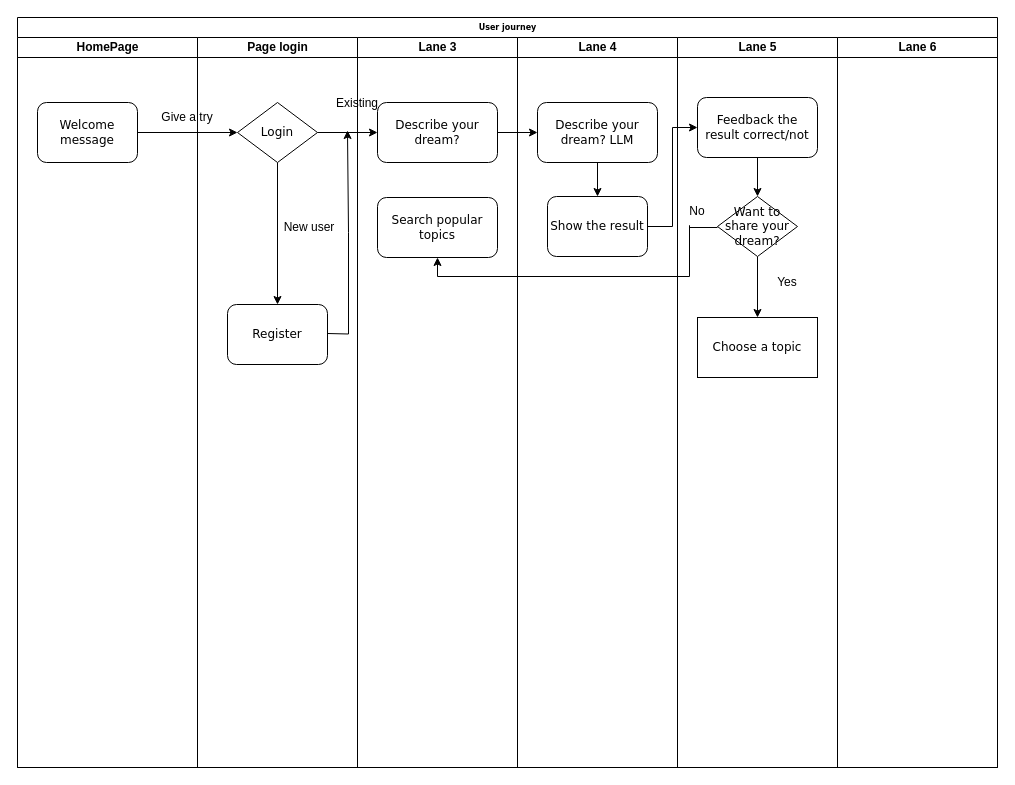
Before: page "web" (1 of 2) of dream.drawio in Ted-L/drawio, a draw.io diagram. Source tidied: cells renumbered, new cells numbered last; positions are measured from the earlier drawing's top-left corner, leaving out a move shared by most shapes. Both pictures are drawn from the tidied source at 100%, with x=0, y=0 at pixel (17, 17).
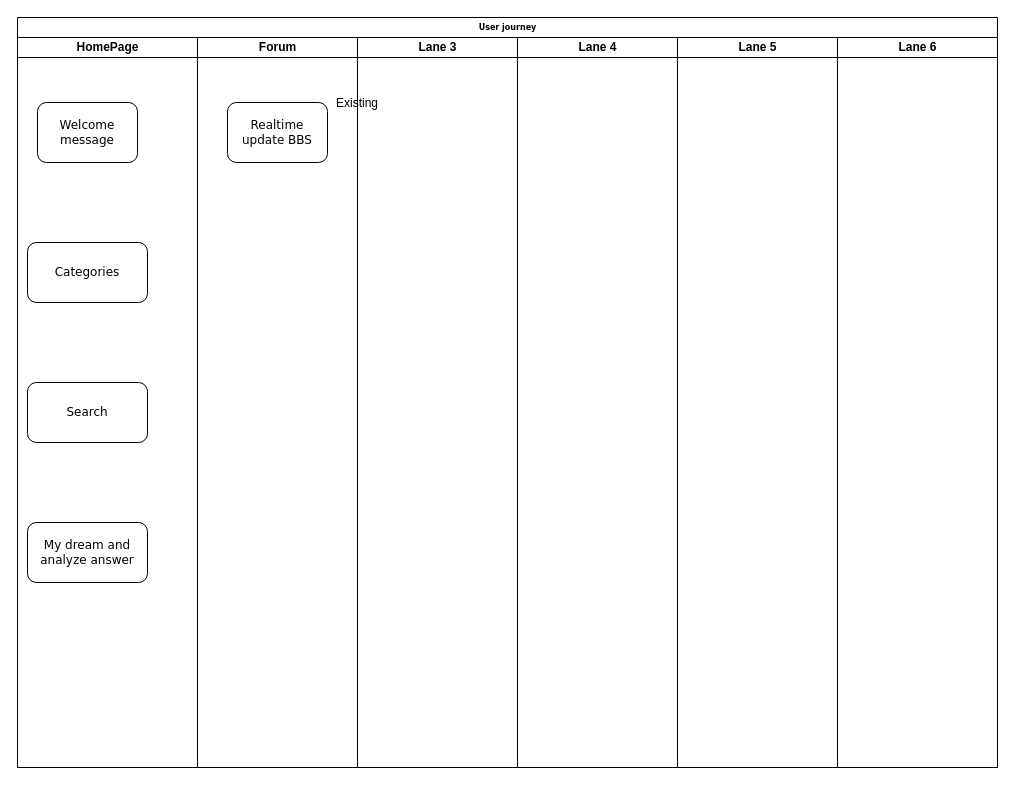
The same page after the edit.

The change refers to these unchanged cells:
```xml
<mxCell id="2" value="User journey" style="swimlane;html=1;startSize=20;rounded=0;shadow=0;labelBackgroundColor=none;strokeWidth=1;fontFamily=Verdana;fontSize=8;align=center;" parent="1" vertex="1">
  <mxGeometry width="980" height="750" as="geometry" />
</mxCell>
<mxCell id="3" value="HomePage" style="swimlane;html=1;startSize=20;" parent="2" vertex="1">
  <mxGeometry y="20" width="180" height="730" as="geometry" />
</mxCell>
<mxCell id="4" value="&lt;font style=&quot;font-size: 12px;&quot;&gt;Welcome message&lt;/font&gt;" style="rounded=1;whiteSpace=wrap;html=1;shadow=0;labelBackgroundColor=none;strokeWidth=1;fontFamily=Verdana;fontSize=8;align=center;" parent="3" vertex="1">
  <mxGeometry x="20" y="65" width="100" height="60" as="geometry" />
</mxCell>
<mxCell id="11" value="Lane 3" style="swimlane;html=1;startSize=20;" parent="2" vertex="1">
  <mxGeometry x="340" y="20" width="160" height="730" as="geometry" />
</mxCell>
<mxCell id="15" value="Lane 4" style="swimlane;html=1;startSize=20;" parent="2" vertex="1">
  <mxGeometry x="500" y="20" width="160" height="730" as="geometry" />
</mxCell>
<mxCell id="19" value="Lane 5" style="swimlane;html=1;startSize=20;" parent="2" vertex="1">
  <mxGeometry x="660" y="20" width="160" height="730" as="geometry" />
</mxCell>
```

Change to the diagram source:
```diff
@@
-    <mxCell id="5" value="Give a try" style="text;strokeColor=none;align=center;fillColor=none;html=1;verticalAlign=middle;whiteSpace=wrap;rounded=0;" parent="3" vertex="1">
-      <mxGeometry x="140" y="65" width="60" height="30" as="geometry" />
-    </mxCell>
+    <mxCell id="34" value="&lt;font style=&quot;font-size: 12px;&quot;&gt;My dream and analyze answer&lt;/font&gt;" style="whiteSpace=wrap;html=1;fontSize=8;fontFamily=Verdana;rounded=1;shadow=0;labelBackgroundColor=none;strokeWidth=1;" parent="3" vertex="1">
+      <mxGeometry x="10" y="485" width="120" height="60" as="geometry" />
+    </mxCell>
-    <mxCell id="6" value="Page login" style="swimlane;html=1;startSize=20;" parent="2" vertex="1">
+    <mxCell id="6" value="Forum" style="swimlane;html=1;startSize=20;" parent="2" vertex="1">
       <mxGeometry x="180" y="20" width="160" height="730" as="geometry" />
     </mxCell>
-    <mxCell id="7" style="edgeStyle=orthogonalEdgeStyle;rounded=0;orthogonalLoop=1;jettySize=auto;html=1;" parent="6" edge="1">
-      <mxGeometry relative="1" as="geometry">
-        <mxPoint x="130" y="296" as="sourcePoint" />
-        <mxPoint x="150" y="93" as="targetPoint" />
-      </mxGeometry>
-    </mxCell>
-    <mxCell id="8" value="&lt;font style=&quot;font-size: 12px;&quot;&gt;Register&lt;/font&gt;" style="rounded=1;whiteSpace=wrap;html=1;shadow=0;labelBackgroundColor=none;strokeWidth=1;fontFamily=Verdana;fontSize=8;align=center;" parent="6" vertex="1">
-      <mxGeometry x="30" y="267" width="100" height="60" as="geometry" />
+    <mxCell id="8" value="&lt;span style=&quot;font-size: 12px;&quot;&gt;Realtime update BBS&lt;/span&gt;" style="rounded=1;whiteSpace=wrap;html=1;shadow=0;labelBackgroundColor=none;strokeWidth=1;fontFamily=Verdana;fontSize=8;align=center;" parent="6" vertex="1">
+      <mxGeometry x="30" y="65" width="100" height="60" as="geometry" />
     </mxCell>
-    <mxCell id="9" style="edgeStyle=orthogonalEdgeStyle;rounded=0;jettySize=auto;html=1;entryX=0.5;entryY=0;entryDx=0;entryDy=0;" parent="6" edge="1" source="10" target="8">
-      <mxGeometry relative="1" as="geometry" />
-    </mxCell>
-    <mxCell id="10" value="&lt;font style=&quot;font-size: 12px;&quot;&gt;Login&lt;/font&gt;" style="rhombus;whiteSpace=wrap;html=1;rounded=0;shadow=0;labelBackgroundColor=none;strokeWidth=1;fontFamily=Verdana;fontSize=8;align=center;" parent="6" vertex="1">
-      <mxGeometry x="40" y="65" width="80" height="60" as="geometry" />
-    </mxCell>
@@
-    <mxCell id="12" value="&lt;font style=&quot;font-size: 12px;&quot;&gt;Describe your dream?&lt;/font&gt;" style="whiteSpace=wrap;html=1;fontSize=8;fontFamily=Verdana;rounded=1;shadow=0;labelBackgroundColor=none;strokeWidth=1;" parent="11" vertex="1">
-      <mxGeometry x="20" y="65" width="120" height="60" as="geometry" />
-    </mxCell>
@@
-    <mxCell id="14" value="&lt;font style=&quot;font-size: 12px;&quot;&gt;Search popular topics&lt;/font&gt;" style="whiteSpace=wrap;html=1;fontSize=8;fontFamily=Verdana;rounded=1;shadow=0;labelBackgroundColor=none;strokeWidth=1;" parent="11" vertex="1">
-      <mxGeometry x="20" y="160" width="120" height="60" as="geometry" />
-    </mxCell>
@@
-    <mxCell id="16" value="&lt;font style=&quot;font-size: 12px;&quot;&gt;Show the result&lt;/font&gt;" style="rounded=1;whiteSpace=wrap;html=1;shadow=0;labelBackgroundColor=none;strokeWidth=1;fontFamily=Verdana;fontSize=8;align=center;" parent="15" vertex="1">
-      <mxGeometry x="30" y="159" width="100" height="60" as="geometry" />
-    </mxCell>
-    <mxCell id="17" style="edgeStyle=orthogonalEdgeStyle;rounded=0;jettySize=auto;html=1;entryX=0.5;entryY=0;entryDx=0;entryDy=0;" parent="15" edge="1" source="18" target="16">
-      <mxGeometry relative="1" as="geometry" />
-    </mxCell>
-    <mxCell id="18" value="&lt;font style=&quot;font-size: 12px;&quot;&gt;Describe your dream? LLM&lt;/font&gt;" style="whiteSpace=wrap;html=1;fontSize=8;fontFamily=Verdana;rounded=1;shadow=0;labelBackgroundColor=none;strokeWidth=1;" parent="15" vertex="1">
-      <mxGeometry x="20" y="65" width="120" height="60" as="geometry" />
-    </mxCell>
@@
-    <mxCell id="20" style="edgeStyle=orthogonalEdgeStyle;rounded=0;jettySize=auto;html=1;" parent="19" edge="1" source="21" target="24">
-      <mxGeometry relative="1" as="geometry" />
-    </mxCell>
-    <mxCell id="21" value="&lt;span style=&quot;font-size: 12px;&quot;&gt;Want to share your dream?&lt;/span&gt;" style="rhombus;whiteSpace=wrap;html=1;rounded=0;shadow=0;labelBackgroundColor=none;strokeWidth=1;fontFamily=Verdana;fontSize=8;align=center;" parent="19" vertex="1">
-      <mxGeometry x="40" y="159" width="80" height="60" as="geometry" />
-    </mxCell>
-    <mxCell id="22" style="edgeStyle=orthogonalEdgeStyle;rounded=0;jettySize=auto;html=1;entryX=0.5;entryY=0;entryDx=0;entryDy=0;" parent="19" edge="1" source="23" target="21">
-      <mxGeometry relative="1" as="geometry" />
-    </mxCell>
-    <mxCell id="23" value="&lt;span style=&quot;font-size: 12px;&quot;&gt;Feedback the result correct/not&lt;/span&gt;" style="whiteSpace=wrap;html=1;fontSize=8;fontFamily=Verdana;rounded=1;shadow=0;labelBackgroundColor=none;strokeWidth=1;" parent="19" vertex="1">
-      <mxGeometry x="20" y="60" width="120" height="60" as="geometry" />
-    </mxCell>
-    <mxCell id="24" value="&lt;font style=&quot;font-size: 12px;&quot;&gt;Choose a topic&lt;/font&gt;" style="whiteSpace=wrap;html=1;fontSize=8;fontFamily=Verdana;rounded=0;shadow=0;labelBackgroundColor=none;strokeWidth=1;" parent="19" vertex="1">
-      <mxGeometry x="20" y="280" width="120" height="60" as="geometry" />
-    </mxCell>
-    <mxCell id="25" value="Yes" style="text;strokeColor=none;align=center;fillColor=none;html=1;verticalAlign=middle;whiteSpace=wrap;rounded=0;" parent="19" vertex="1">
-      <mxGeometry x="80" y="230" width="60" height="30" as="geometry" />
-    </mxCell>
-    <mxCell id="26" value="No" style="text;strokeColor=none;align=center;fillColor=none;html=1;verticalAlign=middle;whiteSpace=wrap;rounded=0;" parent="19" vertex="1">
-      <mxGeometry x="-10" y="159" width="60" height="30" as="geometry" />
-    </mxCell>
@@
-    <mxCell id="28" style="edgeStyle=orthogonalEdgeStyle;rounded=0;jettySize=auto;html=1;entryX=0;entryY=0.5;entryDx=0;entryDy=0;" parent="2" edge="1" source="4" target="10">
-      <mxGeometry relative="1" as="geometry" />
-    </mxCell>
-    <mxCell id="29" style="edgeStyle=orthogonalEdgeStyle;rounded=0;jettySize=auto;html=1;entryX=0;entryY=0.5;entryDx=0;entryDy=0;" parent="2" edge="1" source="10" target="12">
-      <mxGeometry relative="1" as="geometry" />
-    </mxCell>
-    <mxCell id="30" style="edgeStyle=orthogonalEdgeStyle;rounded=0;jettySize=auto;html=1;entryX=0;entryY=0.5;entryDx=0;entryDy=0;" parent="2" edge="1" source="12" target="18">
-      <mxGeometry relative="1" as="geometry" />
-    </mxCell>
-    <mxCell id="31" style="edgeStyle=orthogonalEdgeStyle;rounded=0;orthogonalLoop=1;jettySize=auto;html=1;" parent="2" edge="1">
-      <mxGeometry relative="1" as="geometry">
-        <mxPoint x="700" y="210" as="sourcePoint" />
-        <mxPoint x="420" y="240" as="targetPoint" />
-        <Array as="points">
-          <mxPoint x="672" y="208" />
-          <mxPoint x="672" y="259" />
-          <mxPoint x="420" y="259" />
-          <mxPoint x="420" y="239" />
-        </Array>
-      </mxGeometry>
-    </mxCell>
-    <mxCell id="32" style="edgeStyle=orthogonalEdgeStyle;rounded=0;jettySize=auto;html=1;entryX=0;entryY=0.5;entryDx=0;entryDy=0;" parent="2" edge="1" source="16" target="23">
-      <mxGeometry relative="1" as="geometry" />
-    </mxCell>
-    <mxCell id="33" value="New user" style="text;strokeColor=none;align=center;fillColor=none;html=1;verticalAlign=middle;whiteSpace=wrap;rounded=0;" parent="1" vertex="1">
-      <mxGeometry x="262" y="195" width="60" height="30" as="geometry" />
-    </mxCell>
+    <mxCell id="35" value="&lt;font style=&quot;font-size: 12px;&quot;&gt;Categories&lt;/font&gt;" style="whiteSpace=wrap;html=1;fontSize=8;fontFamily=Verdana;rounded=1;shadow=0;labelBackgroundColor=none;strokeWidth=1;" parent="1" vertex="1">
+      <mxGeometry x="10" y="225" width="120" height="60" as="geometry" />
+    </mxCell>
+    <mxCell id="36" value="&lt;font style=&quot;font-size: 12px;&quot;&gt;Search&lt;/font&gt;" style="whiteSpace=wrap;html=1;fontSize=8;fontFamily=Verdana;rounded=1;shadow=0;labelBackgroundColor=none;strokeWidth=1;" parent="1" vertex="1">
+      <mxGeometry x="10" y="365" width="120" height="60" as="geometry" />
+    </mxCell>
```
